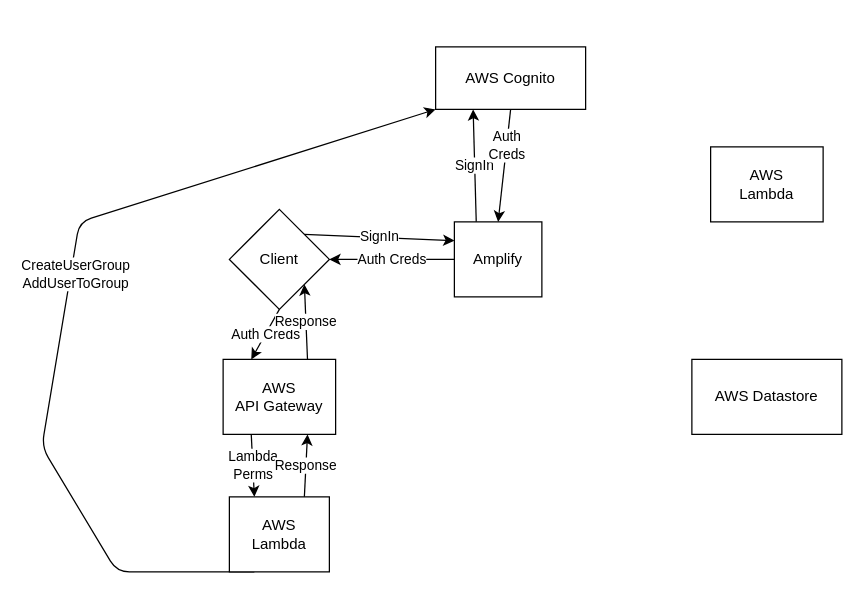
The draw.io diagram documents/network.drawio in Dougu-Asa/Dougu, before the edit. Source tidied: cells renumbered, new cells numbered last; positions are measured from the earlier drawing's top-left corner, leaving out a move shared by most shapes. Both pictures are drawn from the tidied source at 125%, with x=0, y=0 at pixel (41, 46).
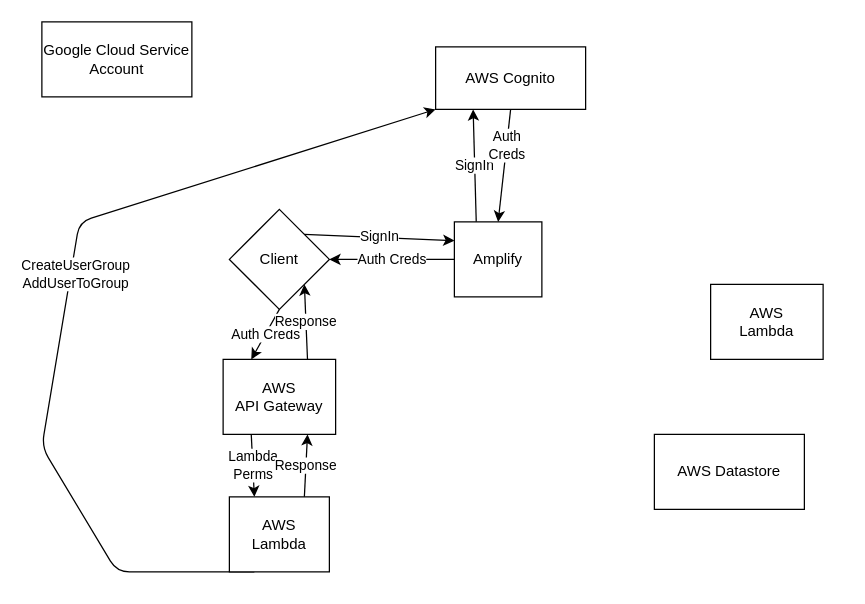
The same diagram, later.

Change to the diagram source:
```diff
@@
     <mxCell id="11" value="AWS Datastore" style="whiteSpace=wrap;html=1;" parent="1" vertex="1">
-      <mxGeometry x="520" y="250" width="120" height="60" as="geometry" />
+      <mxGeometry x="490" y="310" width="120" height="60" as="geometry" />
     </mxCell>
@@
     <mxCell id="19" value="AWS&lt;br&gt;Lambda" style="whiteSpace=wrap;html=1;" parent="1" vertex="1">
-      <mxGeometry x="535" y="80" width="90" height="60" as="geometry" />
+      <mxGeometry x="535" y="190" width="90" height="60" as="geometry" />
     </mxCell>
+    <mxCell id="20" value="Google Cloud Service Account" style="whiteSpace=wrap;html=1;" parent="1" vertex="1">
+      <mxGeometry y="-20" width="120" height="60" as="geometry" />
+    </mxCell>
```
